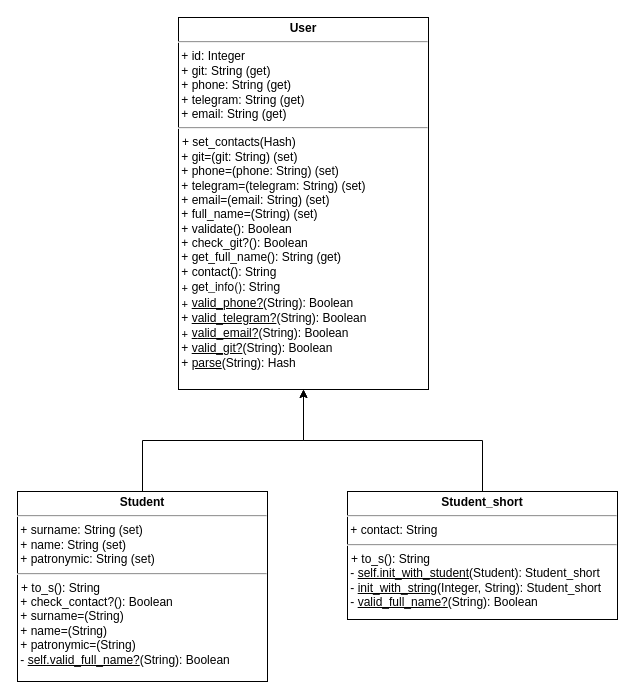
The draw.io diagram Student Authorization System/Student_Diagr.drawio in asyanix/designPatterns, before the edit. Source tidied: cells renumbered, new cells numbered last; positions are measured from the earlier drawing's top-left corner, leaving out a move shared by most shapes. Both pictures are drawn from the tidied source at 100%, with x=0, y=0 at pixel (17, 17).
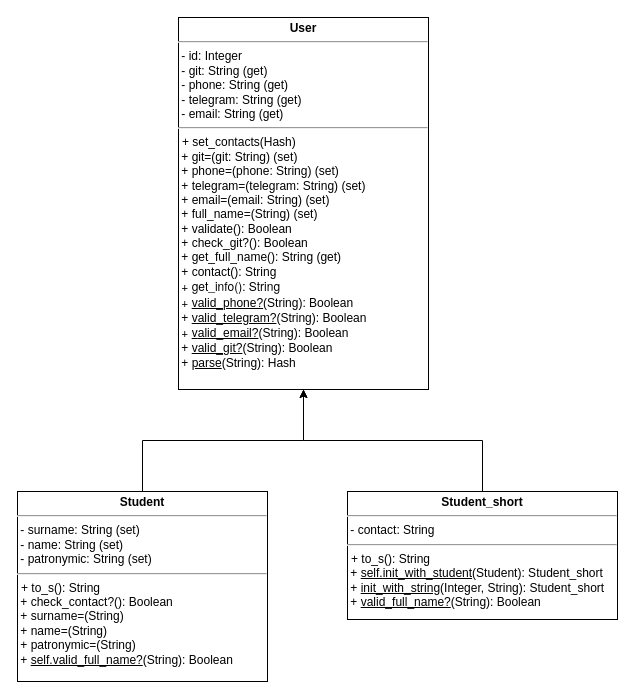
The same diagram, later.

The edit, as a diff of the source:
```diff
@@
 <mxGraphModel>
   <root>
     <mxCell id="0" />
     <mxCell id="1" parent="0" />
-    <mxCell id="2" value="&lt;p style=&quot;margin: 4px 0px 0px; text-align: center;&quot;&gt;&lt;b style=&quot;&quot;&gt;&lt;font style=&quot;font-size: 12px;&quot;&gt;User&lt;/font&gt;&lt;/b&gt;&lt;/p&gt;&lt;hr style=&quot;&quot;&gt;&lt;div style=&quot;border-color: var(--border-color);&quot;&gt;&lt;font style=&quot;border-color: var(--border-color); font-size: 12px;&quot; face=&quot;Helvetica&quot;&gt;&amp;nbsp;+ id: Integer&lt;/font&gt;&lt;/div&gt;&lt;div style=&quot;border-color: var(--border-color);&quot;&gt;&lt;font style=&quot;font-size: 12px;&quot;&gt;&amp;nbsp;+ git: String (get)&lt;/font&gt;&lt;/div&gt;&lt;div style=&quot;border-color: var(--border-color);&quot;&gt;&lt;font style=&quot;font-size: 12px;&quot;&gt;&amp;nbsp;+ phone: String (get)&lt;/font&gt;&lt;/div&gt;&lt;div style=&quot;border-color: var(--border-color);&quot;&gt;&lt;font style=&quot;font-size: 12px;&quot;&gt;&amp;nbsp;+ telegram: String (get)&lt;/font&gt;&lt;/div&gt;&lt;div style=&quot;border-color: var(--border-color);&quot;&gt;&lt;font style=&quot;font-size: 12px;&quot;&gt;&amp;nbsp;+ email: String (get)&lt;/font&gt;&lt;/div&gt;&lt;hr style=&quot;&quot;&gt;&lt;p style=&quot;margin: 0px 0px 0px 4px;&quot;&gt;&lt;font style=&quot;font-size: 12px;&quot;&gt;+ set_contacts(Hash)&amp;nbsp;&lt;/font&gt;&lt;/p&gt;&lt;font style=&quot;font-size: 12px;&quot;&gt;&amp;nbsp;+ git=(git: String) (set)&lt;br&gt;&amp;nbsp;+ phone=(phone: String) (set)&lt;br&gt;&amp;nbsp;+ telegram=(telegram: String) (set)&lt;br&gt;&amp;nbsp;+&amp;nbsp;email=(email: String) (set)&lt;br style=&quot;&quot;&gt;&amp;nbsp;+ full_name=(String) (set)&lt;br style=&quot;&quot;&gt;&amp;nbsp;+&amp;nbsp;validate(): Boolean&lt;br style=&quot;&quot;&gt;&amp;nbsp;+&amp;nbsp;check_git?(): Boolean&lt;br style=&quot;&quot;&gt;&amp;nbsp;+&amp;nbsp;get_full_name(): String (get)&lt;br style=&quot;&quot;&gt;&amp;nbsp;+ contact(): String&lt;br style=&quot;&quot;&gt;&lt;span style=&quot;font-family: &amp;quot;Helvetica Neue&amp;quot;; background-color: initial;&quot; class=&quot;Apple-converted-space&quot;&gt;&amp;nbsp;+ get_info(): String&lt;span style=&quot;background-color: initial;&quot; class=&quot;Apple-converted-space&quot;&gt;&amp;nbsp;&lt;/span&gt;&lt;span style=&quot;background-color: initial;&quot;&gt;&amp;nbsp;&lt;br&gt;&lt;/span&gt;&amp;nbsp;+&amp;nbsp;&lt;/span&gt;&lt;u&gt;valid_phone?&lt;/u&gt;(String): Boolean&lt;br&gt;&amp;nbsp;+&amp;nbsp;&lt;u&gt;valid_telegram?&lt;/u&gt;(String): Boolean&lt;span style=&quot;font-family: &amp;quot;Helvetica Neue&amp;quot;; background-color: initial;&quot; class=&quot;Apple-converted-space&quot;&gt;&amp;nbsp;&lt;br&gt;&amp;nbsp;+&amp;nbsp;&lt;u&gt;v&lt;/u&gt;&lt;/span&gt;&lt;u&gt;alid_email?&lt;/u&gt;(String): Boolean&lt;br&gt;&amp;nbsp;+&amp;nbsp;&lt;u&gt;valid_git?&lt;/u&gt;(String): Boolean&lt;br&gt;&amp;nbsp;+&amp;nbsp;&lt;u&gt;parse&lt;/u&gt;(String): Hash&amp;nbsp;&lt;span style=&quot;font-family: &amp;quot;Helvetica Neue&amp;quot;; background-color: initial;&quot;&gt;&lt;/span&gt;&lt;br&gt;&lt;br&gt;&lt;span style=&quot;font-family: &amp;quot;Helvetica Neue&amp;quot;; background-color: initial;&quot; class=&quot;Apple-converted-space&quot;&gt;&amp;nbsp;&lt;/span&gt;&lt;/font&gt;" style="verticalAlign=top;align=left;overflow=fill;fontSize=12;fontFamily=Helvetica;html=1;whiteSpace=wrap;spacingLeft=1;spacing=0;spacingTop=0;" parent="1" vertex="1">
+    <mxCell id="2" value="&lt;p style=&quot;margin: 4px 0px 0px; text-align: center;&quot;&gt;&lt;b style=&quot;&quot;&gt;&lt;font style=&quot;font-size: 12px;&quot;&gt;User&lt;/font&gt;&lt;/b&gt;&lt;/p&gt;&lt;hr style=&quot;&quot;&gt;&lt;div style=&quot;border-color: var(--border-color);&quot;&gt;&lt;font style=&quot;border-color: var(--border-color); font-size: 12px;&quot; face=&quot;Helvetica&quot;&gt;&amp;nbsp;- id: Integer&lt;/font&gt;&lt;/div&gt;&lt;div style=&quot;border-color: var(--border-color);&quot;&gt;&lt;font style=&quot;font-size: 12px;&quot;&gt;&amp;nbsp;-&lt;/font&gt;&lt;span style=&quot;background-color: initial;&quot;&gt;&amp;nbsp;git: String (get)&lt;/span&gt;&lt;/div&gt;&lt;div style=&quot;border-color: var(--border-color);&quot;&gt;&lt;font style=&quot;font-size: 12px;&quot;&gt;&amp;nbsp;- phone: String (get)&lt;/font&gt;&lt;/div&gt;&lt;div style=&quot;border-color: var(--border-color);&quot;&gt;&lt;font style=&quot;font-size: 12px;&quot;&gt;&amp;nbsp;- telegram: String (get)&lt;/font&gt;&lt;/div&gt;&lt;div style=&quot;border-color: var(--border-color);&quot;&gt;&lt;font style=&quot;font-size: 12px;&quot;&gt;&amp;nbsp;- email: String (get)&lt;/font&gt;&lt;/div&gt;&lt;hr style=&quot;&quot;&gt;&lt;p style=&quot;margin: 0px 0px 0px 4px;&quot;&gt;&lt;font style=&quot;font-size: 12px;&quot;&gt;+ set_contacts(Hash)&amp;nbsp;&lt;/font&gt;&lt;/p&gt;&lt;font style=&quot;font-size: 12px;&quot;&gt;&amp;nbsp;+ git=(git: String) (set)&lt;br&gt;&amp;nbsp;+ phone=(phone: String) (set)&lt;br&gt;&amp;nbsp;+ telegram=(telegram: String) (set)&lt;br&gt;&amp;nbsp;+&amp;nbsp;email=(email: String) (set)&lt;br style=&quot;&quot;&gt;&amp;nbsp;+ full_name=(String) (set)&lt;br style=&quot;&quot;&gt;&amp;nbsp;+&amp;nbsp;validate(): Boolean&lt;br style=&quot;&quot;&gt;&amp;nbsp;+&amp;nbsp;check_git?(): Boolean&lt;br style=&quot;&quot;&gt;&amp;nbsp;+&amp;nbsp;get_full_name(): String (get)&lt;br style=&quot;&quot;&gt;&amp;nbsp;+ contact(): String&lt;br style=&quot;&quot;&gt;&lt;span style=&quot;font-family: &amp;quot;Helvetica Neue&amp;quot;; background-color: initial;&quot; class=&quot;Apple-converted-space&quot;&gt;&amp;nbsp;+ get_info(): String&lt;span style=&quot;background-color: initial;&quot; class=&quot;Apple-converted-space&quot;&gt;&amp;nbsp;&lt;/span&gt;&lt;span style=&quot;background-color: initial;&quot;&gt;&amp;nbsp;&lt;br&gt;&lt;/span&gt;&amp;nbsp;+&amp;nbsp;&lt;/span&gt;&lt;u&gt;valid_phone?&lt;/u&gt;(String): Boolean&lt;br&gt;&amp;nbsp;+&amp;nbsp;&lt;u&gt;valid_telegram?&lt;/u&gt;(String): Boolean&lt;span style=&quot;font-family: &amp;quot;Helvetica Neue&amp;quot;; background-color: initial;&quot; class=&quot;Apple-converted-space&quot;&gt;&amp;nbsp;&lt;br&gt;&amp;nbsp;+&amp;nbsp;&lt;u&gt;v&lt;/u&gt;&lt;/span&gt;&lt;u&gt;alid_email?&lt;/u&gt;(String): Boolean&lt;br&gt;&amp;nbsp;+&amp;nbsp;&lt;u&gt;valid_git?&lt;/u&gt;(String): Boolean&lt;br&gt;&amp;nbsp;+&amp;nbsp;&lt;u&gt;parse&lt;/u&gt;(String): Hash&amp;nbsp;&lt;span style=&quot;font-family: &amp;quot;Helvetica Neue&amp;quot;; background-color: initial;&quot;&gt;&lt;/span&gt;&lt;br&gt;&lt;br&gt;&lt;span style=&quot;font-family: &amp;quot;Helvetica Neue&amp;quot;; background-color: initial;&quot; class=&quot;Apple-converted-space&quot;&gt;&amp;nbsp;&lt;/span&gt;&lt;/font&gt;" style="verticalAlign=top;align=left;overflow=fill;fontSize=12;fontFamily=Helvetica;html=1;whiteSpace=wrap;spacingLeft=1;spacing=0;spacingTop=0;" parent="1" vertex="1">
       <mxGeometry x="161" width="250" height="372" as="geometry" />
     </mxCell>
     <mxCell id="3" style="edgeStyle=orthogonalEdgeStyle;rounded=0;jettySize=auto;html=1;entryX=0.5;entryY=1;entryDx=0;entryDy=0;" parent="1" edge="1" source="4" target="2">
       <mxGeometry relative="1" as="geometry" />
     </mxCell>
-    <mxCell id="4" value="&lt;p style=&quot;margin: 4px 0px 0px; text-align: center; font-size: 12px;&quot;&gt;&lt;b style=&quot;font-size: 12px;&quot;&gt;&lt;font style=&quot;font-size: 12px;&quot;&gt;Student&lt;/font&gt;&lt;/b&gt;&lt;/p&gt;&lt;hr style=&quot;font-size: 12px;&quot;&gt;&lt;div style=&quot;border-color: var(--border-color); font-size: 12px;&quot;&gt;&lt;font style=&quot;border-color: var(--border-color); font-size: 12px;&quot;&gt;&amp;nbsp;+ surname: String (set)&lt;br style=&quot;font-size: 12px;&quot;&gt;&lt;/font&gt;&lt;/div&gt;&lt;div style=&quot;border-color: var(--border-color); font-size: 12px;&quot;&gt;&lt;font style=&quot;border-color: var(--border-color); font-size: 12px;&quot;&gt;&amp;nbsp;+ name: String (set)&lt;/font&gt;&lt;/div&gt;&lt;div style=&quot;border-color: var(--border-color); font-size: 12px;&quot;&gt;&lt;font style=&quot;border-color: var(--border-color); font-size: 12px;&quot;&gt;&amp;nbsp;+ patronymic: String (set)&lt;/font&gt;&lt;/div&gt;&lt;hr style=&quot;font-size: 12px;&quot;&gt;&lt;p style=&quot;margin: 0px 0px 0px 4px; font-size: 12px;&quot;&gt;&lt;font style=&quot;font-size: 12px;&quot;&gt;+ t&lt;/font&gt;o_s(): String&lt;span style=&quot;font-size: 12px; background-color: initial;&quot; class=&quot;Apple-converted-space&quot;&gt;&amp;nbsp;&lt;/span&gt;&lt;/p&gt;&lt;font style=&quot;font-size: 12px;&quot;&gt;&amp;nbsp;+&amp;nbsp;check_contact?(): Boolean&lt;br style=&quot;font-size: 12px;&quot;&gt;&amp;nbsp;+ surname=(String)&lt;br style=&quot;font-size: 12px;&quot;&gt;&amp;nbsp;+&amp;nbsp;name=(String)&lt;br style=&quot;font-size: 12px;&quot;&gt;&amp;nbsp;+ patronymic=(String)&lt;span style=&quot;background-color: initial; font-size: 12px;&quot; class=&quot;Apple-converted-space&quot;&gt;&lt;span style=&quot;background-color: initial; font-size: 12px;&quot;&gt;&lt;br style=&quot;font-size: 12px;&quot;&gt;&lt;/span&gt;&amp;nbsp;-&amp;nbsp;&lt;u&gt;self.valid_full_name?&lt;/u&gt;(String): Boolean&lt;span style=&quot;font-size: 12px; background-color: initial;&quot; class=&quot;Apple-converted-space&quot;&gt;&amp;nbsp;&lt;/span&gt;&lt;/span&gt;&lt;br style=&quot;font-size: 12px;&quot;&gt;&lt;br style=&quot;font-size: 12px;&quot;&gt;&lt;span style=&quot;background-color: initial; font-size: 12px;&quot; class=&quot;Apple-converted-space&quot;&gt;&amp;nbsp;&lt;/span&gt;&lt;/font&gt;" style="verticalAlign=top;align=left;overflow=fill;fontSize=12;fontFamily=Helvetica;html=1;whiteSpace=wrap;spacingLeft=1;spacing=0;spacingTop=0;" parent="1" vertex="1">
+    <mxCell id="4" value="&lt;p style=&quot;margin: 4px 0px 0px; text-align: center; font-size: 12px;&quot;&gt;&lt;b style=&quot;font-size: 12px;&quot;&gt;&lt;font style=&quot;font-size: 12px;&quot;&gt;Student&lt;/font&gt;&lt;/b&gt;&lt;/p&gt;&lt;hr style=&quot;font-size: 12px;&quot;&gt;&lt;div style=&quot;border-color: var(--border-color); font-size: 12px;&quot;&gt;&lt;font style=&quot;border-color: var(--border-color); font-size: 12px;&quot;&gt;&amp;nbsp;- surname: String (set)&lt;br style=&quot;font-size: 12px;&quot;&gt;&lt;/font&gt;&lt;/div&gt;&lt;div style=&quot;border-color: var(--border-color); font-size: 12px;&quot;&gt;&lt;font style=&quot;border-color: var(--border-color); font-size: 12px;&quot;&gt;&amp;nbsp;- name: String (set)&lt;/font&gt;&lt;/div&gt;&lt;div style=&quot;border-color: var(--border-color); font-size: 12px;&quot;&gt;&lt;font style=&quot;border-color: var(--border-color); font-size: 12px;&quot;&gt;&amp;nbsp;- patronymic: String (set)&lt;/font&gt;&lt;/div&gt;&lt;hr style=&quot;font-size: 12px;&quot;&gt;&lt;p style=&quot;margin: 0px 0px 0px 4px; font-size: 12px;&quot;&gt;&lt;font style=&quot;font-size: 12px;&quot;&gt;+ t&lt;/font&gt;o_s(): String&lt;span style=&quot;font-size: 12px; background-color: initial;&quot; class=&quot;Apple-converted-space&quot;&gt;&amp;nbsp;&lt;/span&gt;&lt;/p&gt;&lt;font style=&quot;font-size: 12px;&quot;&gt;&amp;nbsp;+&amp;nbsp;check_contact?(): Boolean&lt;br style=&quot;font-size: 12px;&quot;&gt;&amp;nbsp;+ surname=(String)&lt;br style=&quot;font-size: 12px;&quot;&gt;&amp;nbsp;+&amp;nbsp;name=(String)&lt;br style=&quot;font-size: 12px;&quot;&gt;&amp;nbsp;+ patronymic=(String)&lt;span style=&quot;background-color: initial; font-size: 12px;&quot; class=&quot;Apple-converted-space&quot;&gt;&lt;span style=&quot;background-color: initial; font-size: 12px;&quot;&gt;&lt;br style=&quot;font-size: 12px;&quot;&gt;&lt;/span&gt;&amp;nbsp;+&amp;nbsp;&lt;u&gt;self.valid_full_name?&lt;/u&gt;(String): Boolean&lt;span style=&quot;font-size: 12px; background-color: initial;&quot; class=&quot;Apple-converted-space&quot;&gt;&amp;nbsp;&lt;/span&gt;&lt;/span&gt;&lt;br style=&quot;font-size: 12px;&quot;&gt;&lt;br style=&quot;font-size: 12px;&quot;&gt;&lt;span style=&quot;background-color: initial; font-size: 12px;&quot; class=&quot;Apple-converted-space&quot;&gt;&amp;nbsp;&lt;/span&gt;&lt;/font&gt;" style="verticalAlign=top;align=left;overflow=fill;fontSize=12;fontFamily=Helvetica;html=1;whiteSpace=wrap;spacingLeft=1;spacing=0;spacingTop=0;" parent="1" vertex="1">
       <mxGeometry y="474" width="250" height="190" as="geometry" />
     </mxCell>
     <mxCell id="5" style="edgeStyle=orthogonalEdgeStyle;rounded=0;jettySize=auto;html=1;entryX=0.5;entryY=1;entryDx=0;entryDy=0;" parent="1" edge="1" source="6" target="2">
       <mxGeometry relative="1" as="geometry" />
     </mxCell>
-    <mxCell id="6" value="&lt;p style=&quot;margin: 4px 0px 0px; text-align: center;&quot;&gt;&lt;b style=&quot;&quot;&gt;&lt;font face=&quot;Helvetica&quot; style=&quot;font-size: 12px;&quot;&gt;Student_short&lt;/font&gt;&lt;/b&gt;&lt;/p&gt;&lt;hr style=&quot;&quot;&gt;&lt;div style=&quot;border-color: var(--border-color);&quot;&gt;&lt;font style=&quot;font-size: 12px;&quot;&gt;&lt;span style=&quot;background-color: initial;&quot;&gt;&lt;font face=&quot;Lt6sbaxPKtE7krCIfs0r&quot;&gt;&amp;nbsp;&lt;/font&gt;+&amp;nbsp;contact&lt;/span&gt;&lt;span style=&quot;background-color: initial;&quot;&gt;: String&lt;/span&gt;&lt;/font&gt;&lt;/div&gt;&lt;hr style=&quot;&quot;&gt;&lt;p style=&quot;margin: 0px 0px 0px 4px;&quot;&gt;&lt;font style=&quot;font-size: 12px;&quot;&gt;&lt;font style=&quot;font-size: 12px;&quot;&gt;+&amp;nbsp;&lt;/font&gt;to_s(): String&lt;span style=&quot;background-color: initial;&quot; class=&quot;Apple-converted-space&quot;&gt;&amp;nbsp;&lt;/span&gt;&lt;/font&gt;&lt;/p&gt;&lt;font style=&quot;font-size: 12px;&quot;&gt;&lt;span style=&quot;background-color: initial;&quot; class=&quot;Apple-converted-space&quot;&gt;&amp;nbsp;-&amp;nbsp;&lt;/span&gt;&lt;u&gt;self.init_with_student&lt;/u&gt;(Student): Student_short&lt;br&gt;&amp;nbsp;-&amp;nbsp;&lt;u&gt;init_with_string&lt;/u&gt;(Integer, String): Student_short&lt;br&gt;&lt;span style=&quot;background-color: initial;&quot; class=&quot;Apple-converted-space&quot;&gt;&amp;nbsp;- &lt;u&gt;valid_full_name?&lt;/u&gt;(String): Boolean&lt;/span&gt;&lt;br&gt;&lt;br&gt;&lt;span style=&quot;font-family: Lt6sbaxPKtE7krCIfs0r; background-color: initial;&quot; class=&quot;Apple-converted-space&quot;&gt;&amp;nbsp;&lt;/span&gt;&lt;/font&gt;" style="verticalAlign=top;align=left;overflow=fill;fontSize=12;fontFamily=Helvetica;html=1;whiteSpace=wrap;spacingLeft=1;spacing=0;spacingTop=0;" parent="1" vertex="1">
+    <mxCell id="6" value="&lt;p style=&quot;margin: 4px 0px 0px; text-align: center;&quot;&gt;&lt;b style=&quot;&quot;&gt;&lt;font face=&quot;Helvetica&quot; style=&quot;font-size: 12px;&quot;&gt;Student_short&lt;/font&gt;&lt;/b&gt;&lt;/p&gt;&lt;hr style=&quot;&quot;&gt;&lt;div style=&quot;border-color: var(--border-color);&quot;&gt;&lt;font style=&quot;font-size: 12px;&quot;&gt;&lt;span style=&quot;background-color: initial;&quot;&gt;&lt;font face=&quot;Lt6sbaxPKtE7krCIfs0r&quot;&gt;&amp;nbsp;-&lt;/font&gt;&amp;nbsp;contact&lt;/span&gt;&lt;span style=&quot;background-color: initial;&quot;&gt;: String&lt;/span&gt;&lt;/font&gt;&lt;/div&gt;&lt;hr style=&quot;&quot;&gt;&lt;p style=&quot;margin: 0px 0px 0px 4px;&quot;&gt;&lt;font style=&quot;font-size: 12px;&quot;&gt;&lt;font style=&quot;font-size: 12px;&quot;&gt;+&amp;nbsp;&lt;/font&gt;to_s(): String&lt;span style=&quot;background-color: initial;&quot; class=&quot;Apple-converted-space&quot;&gt;&amp;nbsp;&lt;/span&gt;&lt;/font&gt;&lt;/p&gt;&lt;font style=&quot;font-size: 12px;&quot;&gt;&lt;span style=&quot;background-color: initial;&quot; class=&quot;Apple-converted-space&quot;&gt;&amp;nbsp;+&amp;nbsp;&lt;/span&gt;&lt;u&gt;self.init_with_student&lt;/u&gt;(Student): Student_short&lt;br&gt;&amp;nbsp;+&amp;nbsp;&lt;u&gt;init_with_string&lt;/u&gt;(Integer, String): Student_short&lt;br&gt;&lt;span style=&quot;background-color: initial;&quot; class=&quot;Apple-converted-space&quot;&gt;&amp;nbsp;+&amp;nbsp;&lt;u&gt;valid_full_name?&lt;/u&gt;(String): Boolean&lt;/span&gt;&lt;br&gt;&lt;br&gt;&lt;span style=&quot;font-family: Lt6sbaxPKtE7krCIfs0r; background-color: initial;&quot; class=&quot;Apple-converted-space&quot;&gt;&amp;nbsp;&lt;/span&gt;&lt;/font&gt;" style="verticalAlign=top;align=left;overflow=fill;fontSize=12;fontFamily=Helvetica;html=1;whiteSpace=wrap;spacingLeft=1;spacing=0;spacingTop=0;" parent="1" vertex="1">
       <mxGeometry x="330" y="474" width="270" height="128" as="geometry" />
     </mxCell>
   </root>
 </mxGraphModel>
```
